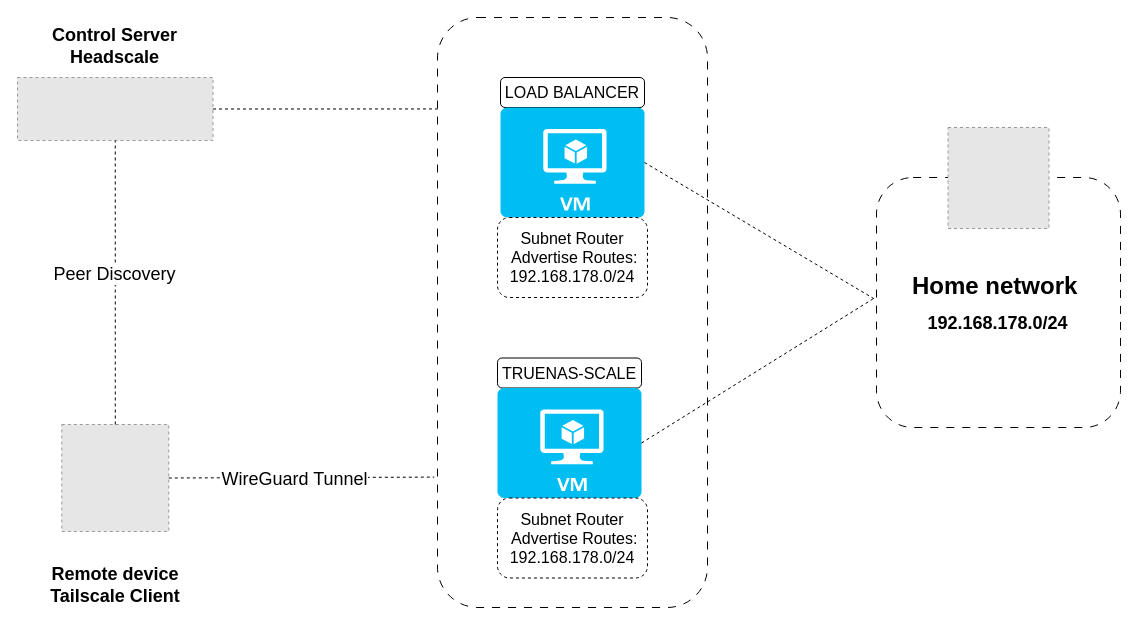
Before: page "vpn" (3 of 4) of docs/diagrams/architecture.drawio in pgermani/k8s-on-proxmox, a draw.io diagram. Source tidied: cells renumbered, new cells numbered last; positions are measured from the earlier drawing's top-left corner, leaving out a move shared by most shapes. Both pictures are drawn from the tidied source at 100%, with x=0, y=0 at pixel (17, 17). Pictures stored in the file or linked from it are replaced by grey dashed boxes.
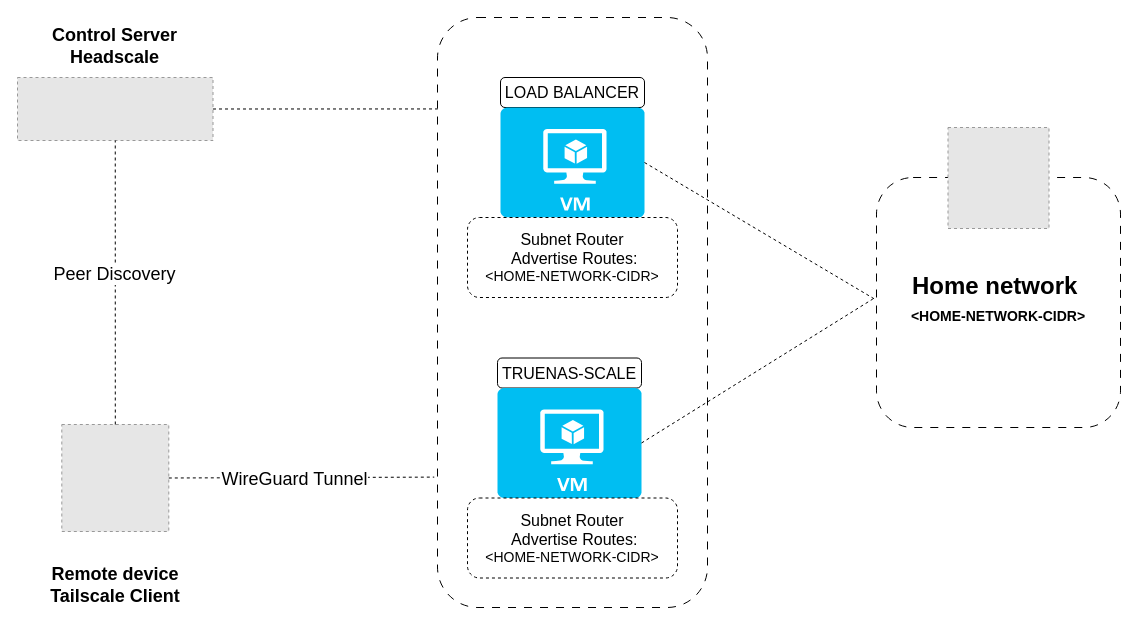
Above is the later version.

Diff of the diagram source:
```diff
@@
-    <mxCell id="11" value="&lt;div&gt;&lt;font style=&quot;font-size: 16px;&quot;&gt;Subnet Router&lt;/font&gt;&lt;/div&gt;&lt;div&gt;&lt;font style=&quot;font-size: 16px;&quot;&gt;&amp;nbsp;&lt;/font&gt;&lt;font style=&quot;background-color: transparent; color: light-dark(rgb(0, 0, 0), rgb(255, 255, 255)); font-size: 16px;&quot;&gt;Advertise&amp;nbsp;&lt;/font&gt;&lt;span style=&quot;background-color: transparent; color: light-dark(rgb(0, 0, 0), rgb(255, 255, 255)); font-size: 16px;&quot;&gt;Routes&lt;/span&gt;&lt;span style=&quot;background-color: transparent; color: light-dark(rgb(0, 0, 0), rgb(255, 255, 255)); font-size: 16px;&quot;&gt;:&lt;/span&gt;&lt;/div&gt;&lt;div&gt;&lt;span style=&quot;font-size: medium; background-color: transparent; color: light-dark(rgb(0, 0, 0), rgb(255, 255, 255));&quot;&gt;192.168.178.0/24&lt;/span&gt;&lt;/div&gt;" style="rounded=1;whiteSpace=wrap;html=1;dashed=1;" parent="1" vertex="1">
-      <mxGeometry x="480" y="480.5" width="150" height="80" as="geometry" />
+    <mxCell id="11" value="&lt;div&gt;&lt;font style=&quot;font-size: 16px;&quot;&gt;Subnet Router&lt;/font&gt;&lt;/div&gt;&lt;div&gt;&lt;font style=&quot;font-size: 16px;&quot;&gt;&amp;nbsp;&lt;/font&gt;&lt;font style=&quot;background-color: transparent; color: light-dark(rgb(0, 0, 0), rgb(255, 255, 255)); font-size: 16px;&quot;&gt;Advertise&amp;nbsp;&lt;/font&gt;&lt;span style=&quot;background-color: transparent; color: light-dark(rgb(0, 0, 0), rgb(255, 255, 255)); font-size: 16px;&quot;&gt;Routes&lt;/span&gt;&lt;span style=&quot;background-color: transparent; color: light-dark(rgb(0, 0, 0), rgb(255, 255, 255)); font-size: 16px;&quot;&gt;:&lt;/span&gt;&lt;/div&gt;&lt;div&gt;&lt;span style=&quot;background-color: transparent; color: light-dark(rgb(0, 0, 0), rgb(255, 255, 255));&quot;&gt;&lt;font style=&quot;font-size: 14px;&quot;&gt;&amp;lt;HOME-NETWORK-CIDR&amp;gt;&lt;/font&gt;&lt;/span&gt;&lt;/div&gt;" style="rounded=1;whiteSpace=wrap;html=1;dashed=1;" parent="1" vertex="1">
+      <mxGeometry x="450" y="480.5" width="210" height="80" as="geometry" />
     </mxCell>
@@
-    <mxCell id="22" value="&lt;span style=&quot;font-size: 18px;&quot;&gt;&lt;b&gt;192.168.178.0/24&lt;/b&gt;&lt;/span&gt;" style="text;html=1;whiteSpace=wrap;strokeColor=none;fillColor=none;align=center;verticalAlign=middle;rounded=0;" parent="1" vertex="1">
-      <mxGeometry x="912" y="287" width="137.2" height="37" as="geometry" />
+    <mxCell id="22" value="&lt;b style=&quot;&quot;&gt;&lt;font style=&quot;font-size: 14px;&quot;&gt;&amp;lt;HOME-NETWORK-CIDR&amp;gt;&lt;/font&gt;&lt;/b&gt;" style="text;html=1;whiteSpace=wrap;strokeColor=none;fillColor=none;align=center;verticalAlign=middle;rounded=0;" parent="1" vertex="1">
+      <mxGeometry x="866" y="280" width="230" height="37" as="geometry" />
     </mxCell>
-    <mxCell id="23" value="&lt;div&gt;&lt;font style=&quot;font-size: 16px;&quot;&gt;Subnet Router&lt;/font&gt;&lt;/div&gt;&lt;div&gt;&lt;font style=&quot;font-size: 16px;&quot;&gt;&amp;nbsp;&lt;/font&gt;&lt;font style=&quot;background-color: transparent; color: light-dark(rgb(0, 0, 0), rgb(255, 255, 255)); font-size: 16px;&quot;&gt;Advertise&amp;nbsp;&lt;/font&gt;&lt;span style=&quot;background-color: transparent; color: light-dark(rgb(0, 0, 0), rgb(255, 255, 255)); font-size: 16px;&quot;&gt;Routes&lt;/span&gt;&lt;span style=&quot;background-color: transparent; color: light-dark(rgb(0, 0, 0), rgb(255, 255, 255)); font-size: 16px;&quot;&gt;:&lt;/span&gt;&lt;/div&gt;&lt;div&gt;&lt;span style=&quot;font-size: medium; background-color: transparent; color: light-dark(rgb(0, 0, 0), rgb(255, 255, 255));&quot;&gt;192.168.178.0/24&lt;/span&gt;&lt;/div&gt;" style="rounded=1;whiteSpace=wrap;html=1;dashed=1;" parent="1" vertex="1">
-      <mxGeometry x="480" y="200" width="150" height="80" as="geometry" />
+    <mxCell id="23" value="&lt;div&gt;&lt;font style=&quot;font-size: 16px;&quot;&gt;Subnet Router&lt;/font&gt;&lt;/div&gt;&lt;div&gt;&lt;font style=&quot;font-size: 16px;&quot;&gt;&amp;nbsp;&lt;/font&gt;&lt;font style=&quot;background-color: transparent; color: light-dark(rgb(0, 0, 0), rgb(255, 255, 255)); font-size: 16px;&quot;&gt;Advertise&amp;nbsp;&lt;/font&gt;&lt;span style=&quot;background-color: transparent; color: light-dark(rgb(0, 0, 0), rgb(255, 255, 255)); font-size: 16px;&quot;&gt;Routes&lt;/span&gt;&lt;span style=&quot;background-color: transparent; color: light-dark(rgb(0, 0, 0), rgb(255, 255, 255)); font-size: 16px;&quot;&gt;:&lt;/span&gt;&lt;/div&gt;&lt;div&gt;&lt;span style=&quot;background-color: transparent; color: light-dark(rgb(0, 0, 0), rgb(255, 255, 255));&quot;&gt;&lt;font style=&quot;font-size: 14px;&quot;&gt;&amp;lt;HOME-NETWORK-CIDR&amp;gt;&lt;/font&gt;&lt;/span&gt;&lt;/div&gt;" style="rounded=1;whiteSpace=wrap;html=1;dashed=1;" parent="1" vertex="1">
+      <mxGeometry x="450" y="200" width="210" height="80" as="geometry" />
     </mxCell>
```
